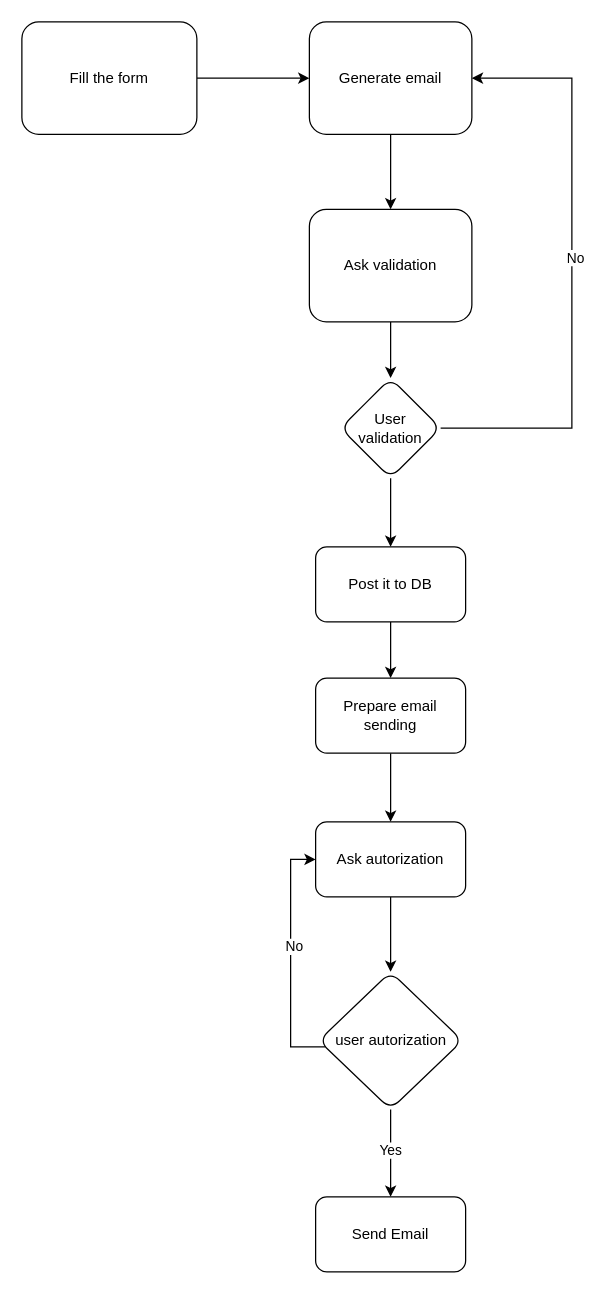
saadsgh123/AirBnB_clone keeps this draw.io diagram as page "Page-2" (2 of 2) of Diagramme sans nom.drawio. Above is the earlier version. Source tidied: cells renumbered, new cells numbered last; positions are measured from the earlier drawing's top-left corner, leaving out a move shared by most shapes. Both pictures are drawn from the tidied source at 125%, with x=0, y=0 at pixel (21, 21).
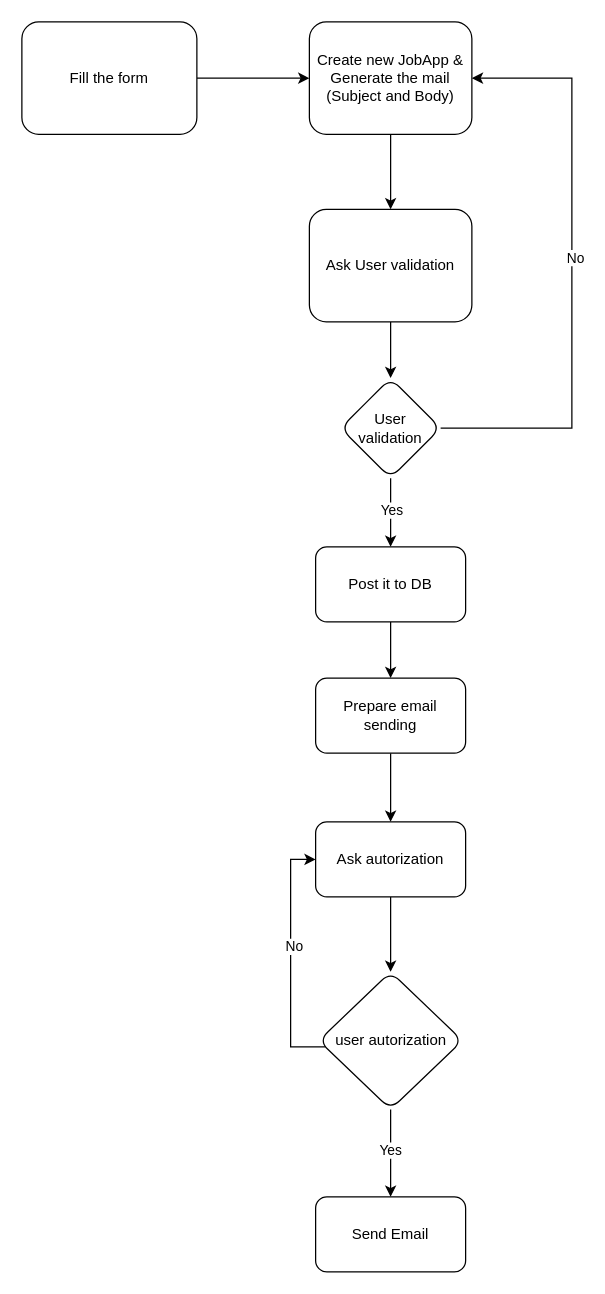
The same page after the edit.

Unchanged cells that the change refers to:
```xml
<mxCell id="8" style="edgeStyle=orthogonalEdgeStyle;rounded=0;jettySize=auto;html=1;" parent="1" edge="1" source="9" target="11">
  <mxGeometry relative="1" as="geometry" />
</mxCell>
```

What changed in the source:
```diff
@@
-    <mxCell id="5" value="Generate email" style="whiteSpace=wrap;html=1;rounded=1;" parent="1" vertex="1">
+    <mxCell id="5" value="Create new JobApp &amp;amp; Generate the mail&lt;br&gt;(Subject and Body)" style="whiteSpace=wrap;html=1;rounded=1;" parent="1" vertex="1">
       <mxGeometry x="230" width="130" height="90" as="geometry" />
     </mxCell>
@@
+    <mxCell id="24" value="Yes" style="edgeLabel;html=1;align=center;verticalAlign=middle;" parent="8" vertex="1">
+      <mxGeometry x="-0.08" relative="1" as="geometry" />
+    </mxCell>
@@
-    <mxCell id="15" value="Ask validation" style="whiteSpace=wrap;html=1;rounded=1;" parent="1" vertex="1">
+    <mxCell id="15" value="Ask User validation" style="whiteSpace=wrap;html=1;rounded=1;" parent="1" vertex="1">
       <mxGeometry x="230" y="150" width="130" height="90" as="geometry" />
     </mxCell>
```
